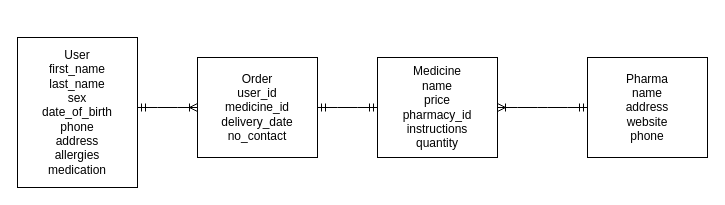
Before: models.drawio in gbenga/mod5-project-backend, a draw.io diagram. Source tidied: cells renumbered, new cells numbered last; positions are measured from the earlier drawing's top-left corner, leaving out a move shared by most shapes. Both pictures are drawn from the tidied source at 100%, with x=0, y=0 at pixel (17, 37).
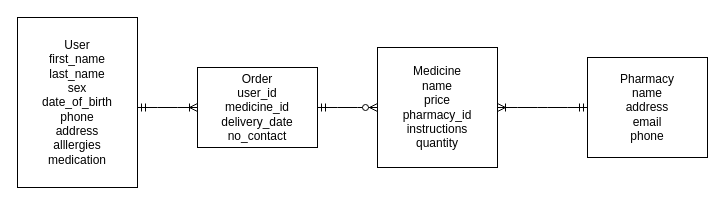
The same page after the edit.

Commit message:
Update database diagram

The edit, as a diff of the source:
```diff
@@
 <mxGraphModel>
   <root>
     <mxCell id="0" />
     <mxCell id="1" parent="0" />
-    <mxCell id="2" value="User&lt;br&gt;first_name&lt;br&gt;last_name&lt;br&gt;sex&lt;br&gt;date_of_birth&lt;br&gt;phone&lt;br&gt;address&lt;br&gt;allergies&lt;br&gt;medication" style="rounded=0;whiteSpace=wrap;html=1;" parent="1" vertex="1">
-      <mxGeometry width="120" height="150" as="geometry" />
+    <mxCell id="2" value="User&lt;br&gt;first_name&lt;br&gt;last_name&lt;br&gt;sex&lt;br&gt;date_of_birth&lt;br&gt;phone&lt;br&gt;address&lt;br&gt;alllergies&lt;br&gt;medication" style="rounded=0;whiteSpace=wrap;html=1;" parent="1" vertex="1">
+      <mxGeometry y="-20" width="120" height="170" as="geometry" />
     </mxCell>
-    <mxCell id="3" value="Pharma&lt;br&gt;name&lt;br&gt;address&lt;br&gt;website&lt;br&gt;phone" style="rounded=0;whiteSpace=wrap;html=1;" parent="1" vertex="1">
+    <mxCell id="3" value="Pharmacy&lt;br&gt;name&lt;br&gt;address&lt;br&gt;email&lt;br&gt;phone" style="rounded=0;whiteSpace=wrap;html=1;" parent="1" vertex="1">
       <mxGeometry x="570" y="20" width="120" height="100" as="geometry" />
     </mxCell>
     <mxCell id="4" value="Order&lt;br&gt;user_id&lt;br&gt;medicine_id&lt;br&gt;delivery_date&lt;br&gt;no_contact" style="rounded=0;whiteSpace=wrap;html=1;" parent="1" vertex="1">
-      <mxGeometry x="180" y="20" width="120" height="100" as="geometry" />
+      <mxGeometry x="180" y="30" width="120" height="80" as="geometry" />
     </mxCell>
     <mxCell id="5" value="Medicine&lt;br&gt;name&lt;br&gt;price&lt;br&gt;pharmacy_id&lt;br&gt;instructions&lt;br&gt;quantity" style="rounded=0;whiteSpace=wrap;html=1;" parent="1" vertex="1">
-      <mxGeometry x="360" y="20" width="120" height="100" as="geometry" />
+      <mxGeometry x="360" y="10" width="120" height="120" as="geometry" />
     </mxCell>
     <mxCell id="6" style="edgeStyle=entityRelationEdgeStyle;fontSize=12;html=1;endArrow=ERmandOne;endFill=0;exitX=1;exitY=0.5;exitDx=0;exitDy=0;startArrow=ERoneToMany;startFill=0;" parent="1" edge="1" source="5">
       <mxGeometry relative="1" as="geometry">
         <mxPoint x="570" y="70" as="targetPoint" />
       </mxGeometry>
     </mxCell>
     <mxCell id="7" style="edgeStyle=entityRelationEdgeStyle;fontSize=12;html=1;endArrow=ERoneToMany;startArrow=ERmandOne;entryX=0;entryY=0.5;entryDx=0;entryDy=0;" parent="1" edge="1" target="4">
       <mxGeometry relative="1" as="geometry">
         <mxPoint x="120" y="70" as="sourcePoint" />
       </mxGeometry>
     </mxCell>
-    <mxCell id="8" style="edgeStyle=entityRelationEdgeStyle;fontSize=12;html=1;endArrow=ERmandOne;startArrow=ERmandOne;entryX=0;entryY=0.5;entryDx=0;entryDy=0;startFill=0;endFill=0;" parent="1" edge="1" target="5">
+    <mxCell id="8" style="edgeStyle=entityRelationEdgeStyle;fontSize=12;html=1;endArrow=ERzeroToMany;startArrow=ERmandOne;entryX=0;entryY=0.5;entryDx=0;entryDy=0;" parent="1" edge="1" target="5">
       <mxGeometry relative="1" as="geometry">
         <mxPoint x="300" y="70" as="sourcePoint" />
       </mxGeometry>
     </mxCell>
   </root>
 </mxGraphModel>
```
